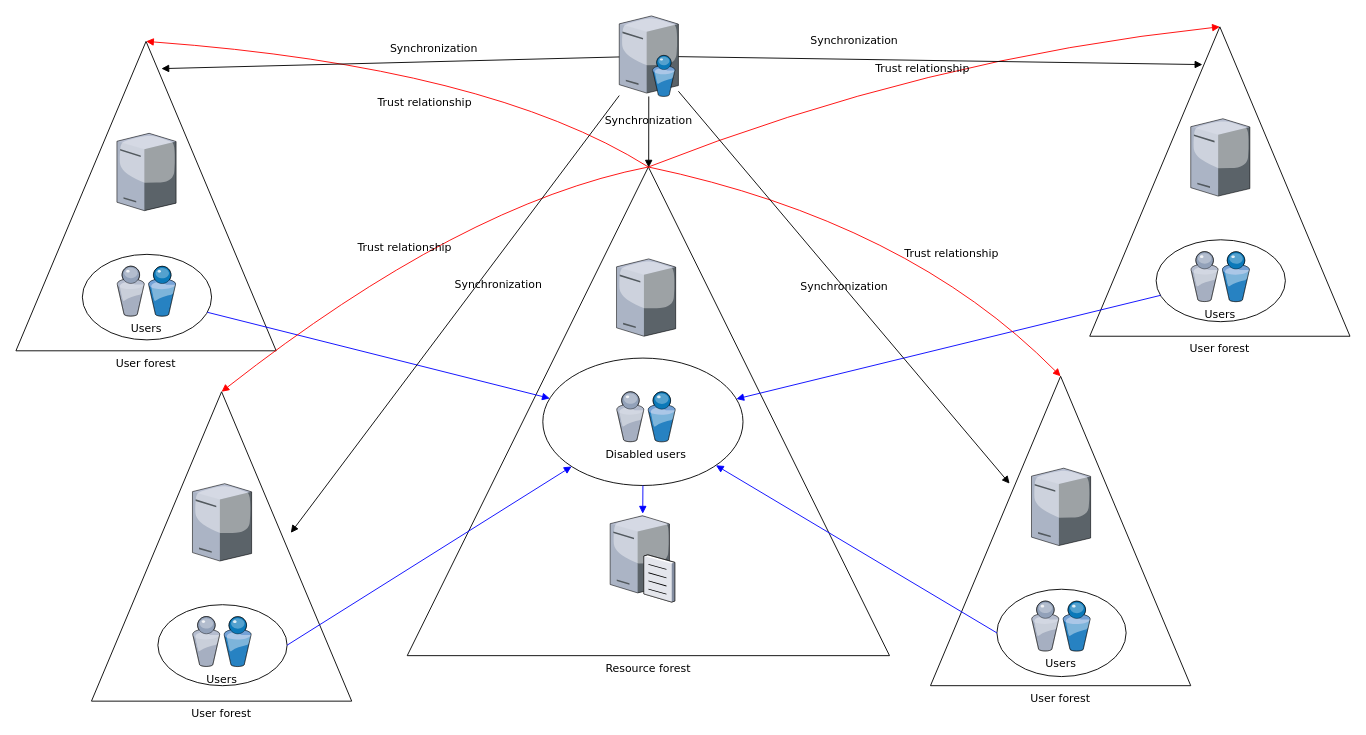
The draw.io diagram Диаграмма без названия.drawio in IgorLytkin/HomeLab, before the edit. Source tidied: cells renumbered, new cells numbered last; positions are measured from the earlier drawing's top-left corner, leaving out a move shared by most shapes. Both pictures are drawn from the tidied source at 91%, with x=0, y=0 at pixel (15, 15).
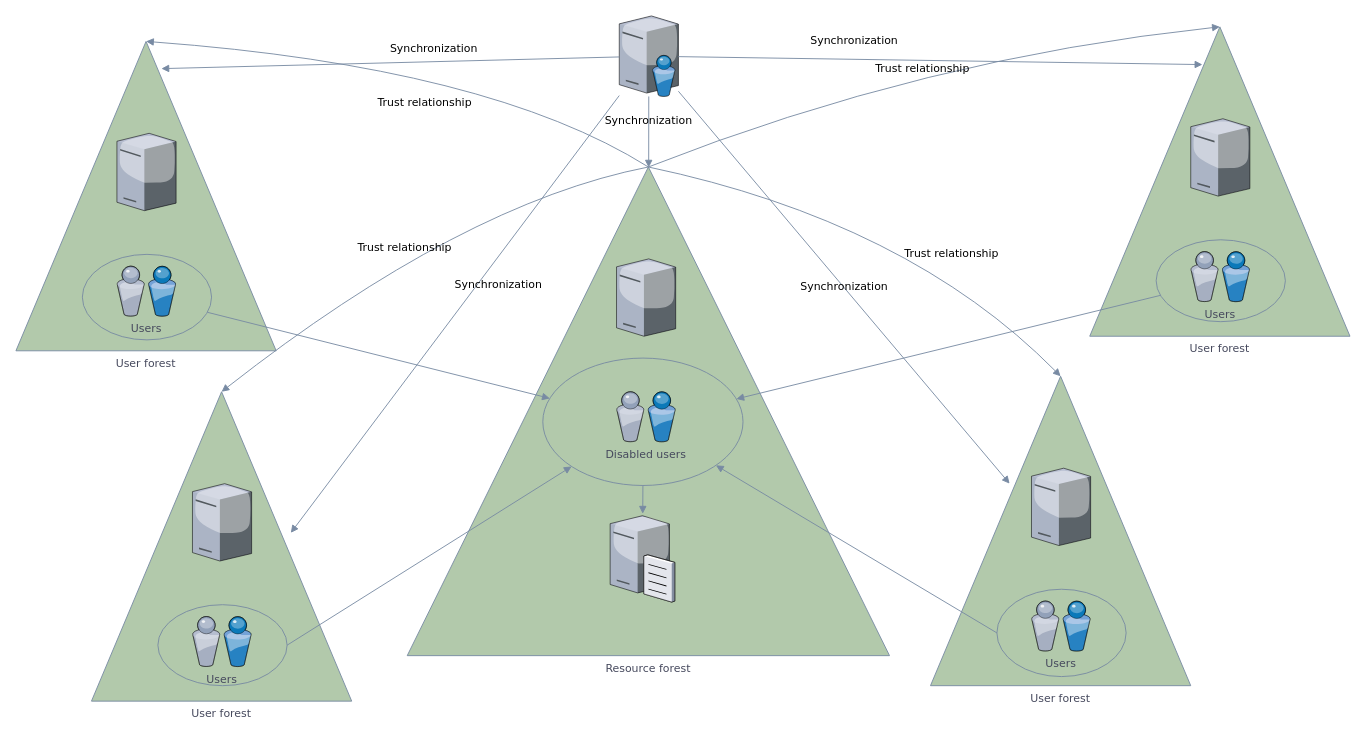
Above is the later version.

The edit, as a diff of the source:
```diff
@@
-    <mxCell id="2" value="Resource forest" style="triangle;whiteSpace=wrap;html=1;rounded=0;shadow=0;comic=0;strokeWidth=1;fontFamily=Verdana;direction=north;labelPosition=center;verticalLabelPosition=bottom;align=center;verticalAlign=top;" parent="1" vertex="1">
+    <mxCell id="2" value="Resource forest" style="triangle;whiteSpace=wrap;html=1;rounded=0;shadow=0;comic=0;strokeWidth=1;fontFamily=Verdana;direction=north;labelPosition=center;verticalLabelPosition=bottom;align=center;verticalAlign=top;labelBackgroundColor=none;fillColor=#B2C9AB;strokeColor=#788AA3;fontColor=#46495D;" parent="1" vertex="1">
       <mxGeometry x="430" y="166" width="530" height="537" as="geometry" />
     </mxCell>
-    <mxCell id="3" value="User forest" style="triangle;whiteSpace=wrap;html=1;rounded=0;shadow=0;comic=0;strokeWidth=1;fontFamily=Verdana;direction=north;labelPosition=center;verticalLabelPosition=bottom;align=center;verticalAlign=top;" parent="1" vertex="1">
+    <mxCell id="3" value="User forest" style="triangle;whiteSpace=wrap;html=1;rounded=0;shadow=0;comic=0;strokeWidth=1;fontFamily=Verdana;direction=north;labelPosition=center;verticalLabelPosition=bottom;align=center;verticalAlign=top;labelBackgroundColor=none;fillColor=#B2C9AB;strokeColor=#788AA3;fontColor=#46495D;" parent="1" vertex="1">
       <mxGeometry y="28" width="286" height="340" as="geometry" />
     </mxCell>
-    <mxCell id="4" style="ellipse;whiteSpace=wrap;html=1;rounded=0;shadow=0;comic=0;strokeWidth=1;fontFamily=Verdana;" parent="1" vertex="1">
+    <mxCell id="4" style="ellipse;whiteSpace=wrap;html=1;rounded=0;shadow=0;comic=0;strokeWidth=1;fontFamily=Verdana;labelBackgroundColor=none;fillColor=#B2C9AB;strokeColor=#788AA3;fontColor=#46495D;" parent="1" vertex="1">
       <mxGeometry x="73" y="262" width="142" height="94" as="geometry" />
     </mxCell>
-    <mxCell id="5" style="verticalLabelPosition=bottom;html=1;verticalAlign=top;strokeColor=none;shape=mxgraph.citrix.directory_server;rounded=0;shadow=0;comic=0;fontFamily=Verdana;" parent="1" vertex="1">
+    <mxCell id="5" style="verticalLabelPosition=bottom;html=1;verticalAlign=top;strokeColor=none;shape=mxgraph.citrix.directory_server;rounded=0;shadow=0;comic=0;fontFamily=Verdana;labelBackgroundColor=none;fillColor=#B2C9AB;fontColor=#46495D;" parent="1" vertex="1">
       <mxGeometry x="663" width="65" height="88.5" as="geometry" />
     </mxCell>
-    <mxCell id="6" style="verticalLabelPosition=bottom;html=1;verticalAlign=top;strokeColor=none;shape=mxgraph.citrix.file_server;rounded=0;shadow=0;comic=0;fontFamily=Verdana;" parent="1" vertex="1">
+    <mxCell id="6" style="verticalLabelPosition=bottom;html=1;verticalAlign=top;strokeColor=none;shape=mxgraph.citrix.file_server;rounded=0;shadow=0;comic=0;fontFamily=Verdana;labelBackgroundColor=none;fillColor=#B2C9AB;fontColor=#46495D;" parent="1" vertex="1">
       <mxGeometry x="653" y="547" width="71" height="97" as="geometry" />
     </mxCell>
-    <mxCell id="7" value="Users" style="verticalLabelPosition=bottom;html=1;verticalAlign=top;strokeColor=none;shape=mxgraph.citrix.users;rounded=0;shadow=0;comic=0;fontFamily=Verdana;" parent="1" vertex="1">
+    <mxCell id="7" value="Users" style="verticalLabelPosition=bottom;html=1;verticalAlign=top;strokeColor=none;shape=mxgraph.citrix.users;rounded=0;shadow=0;comic=0;fontFamily=Verdana;labelBackgroundColor=none;fillColor=#B2C9AB;fontColor=#46495D;" parent="1" vertex="1">
       <mxGeometry x="111" y="275" width="64.5" height="55" as="geometry" />
     </mxCell>
-    <mxCell id="8" style="verticalLabelPosition=bottom;html=1;verticalAlign=top;strokeColor=none;shape=mxgraph.citrix.tower_server;rounded=0;shadow=0;comic=0;fontFamily=Verdana;" parent="1" vertex="1">
+    <mxCell id="8" style="verticalLabelPosition=bottom;html=1;verticalAlign=top;strokeColor=none;shape=mxgraph.citrix.tower_server;rounded=0;shadow=0;comic=0;fontFamily=Verdana;labelBackgroundColor=none;fillColor=#B2C9AB;fontColor=#46495D;" parent="1" vertex="1">
       <mxGeometry x="111" y="129" width="65" height="85" as="geometry" />
     </mxCell>
-    <mxCell id="9" style="ellipse;whiteSpace=wrap;html=1;rounded=0;shadow=0;comic=0;strokeWidth=1;fontFamily=Verdana;" parent="1" vertex="1">
+    <mxCell id="9" style="ellipse;whiteSpace=wrap;html=1;rounded=0;shadow=0;comic=0;strokeWidth=1;fontFamily=Verdana;labelBackgroundColor=none;fillColor=#B2C9AB;strokeColor=#788AA3;fontColor=#46495D;" parent="1" vertex="1">
       <mxGeometry x="579" y="376" width="220" height="140" as="geometry" />
     </mxCell>
-    <mxCell id="10" value="Disabled users" style="verticalLabelPosition=bottom;html=1;verticalAlign=top;strokeColor=none;shape=mxgraph.citrix.users;rounded=0;shadow=0;comic=0;fontFamily=Verdana;" parent="1" vertex="1">
+    <mxCell id="10" value="Disabled users" style="verticalLabelPosition=bottom;html=1;verticalAlign=top;strokeColor=none;shape=mxgraph.citrix.users;rounded=0;shadow=0;comic=0;fontFamily=Verdana;labelBackgroundColor=none;fillColor=#B2C9AB;fontColor=#46495D;" parent="1" vertex="1">
       <mxGeometry x="660" y="413" width="64.5" height="55" as="geometry" />
     </mxCell>
-    <mxCell id="11" style="verticalLabelPosition=bottom;html=1;verticalAlign=top;strokeColor=none;shape=mxgraph.citrix.tower_server;rounded=0;shadow=0;comic=0;fontFamily=Verdana;" parent="1" vertex="1">
+    <mxCell id="11" style="verticalLabelPosition=bottom;html=1;verticalAlign=top;strokeColor=none;shape=mxgraph.citrix.tower_server;rounded=0;shadow=0;comic=0;fontFamily=Verdana;labelBackgroundColor=none;fillColor=#B2C9AB;fontColor=#46495D;" parent="1" vertex="1">
       <mxGeometry x="660" y="267" width="65" height="85" as="geometry" />
     </mxCell>
-    <mxCell id="12" value="User forest" style="triangle;whiteSpace=wrap;html=1;rounded=0;shadow=0;comic=0;strokeWidth=1;fontFamily=Verdana;direction=north;labelPosition=center;verticalLabelPosition=bottom;align=center;verticalAlign=top;" parent="1" vertex="1">
+    <mxCell id="12" value="User forest" style="triangle;whiteSpace=wrap;html=1;rounded=0;shadow=0;comic=0;strokeWidth=1;fontFamily=Verdana;direction=north;labelPosition=center;verticalLabelPosition=bottom;align=center;verticalAlign=top;labelBackgroundColor=none;fillColor=#B2C9AB;strokeColor=#788AA3;fontColor=#46495D;" parent="1" vertex="1">
       <mxGeometry x="1180" y="12" width="286" height="340" as="geometry" />
     </mxCell>
-    <mxCell id="13" style="ellipse;whiteSpace=wrap;html=1;rounded=0;shadow=0;comic=0;strokeWidth=1;fontFamily=Verdana;" parent="1" vertex="1">
+    <mxCell id="13" style="ellipse;whiteSpace=wrap;html=1;rounded=0;shadow=0;comic=0;strokeWidth=1;fontFamily=Verdana;labelBackgroundColor=none;fillColor=#B2C9AB;strokeColor=#788AA3;fontColor=#46495D;" parent="1" vertex="1">
       <mxGeometry x="1253" y="246" width="142" height="90" as="geometry" />
     </mxCell>
-    <mxCell id="14" value="Users" style="verticalLabelPosition=bottom;html=1;verticalAlign=top;strokeColor=none;shape=mxgraph.citrix.users;rounded=0;shadow=0;comic=0;fontFamily=Verdana;" parent="1" vertex="1">
+    <mxCell id="14" value="Users" style="verticalLabelPosition=bottom;html=1;verticalAlign=top;strokeColor=none;shape=mxgraph.citrix.users;rounded=0;shadow=0;comic=0;fontFamily=Verdana;labelBackgroundColor=none;fillColor=#B2C9AB;fontColor=#46495D;" parent="1" vertex="1">
       <mxGeometry x="1291" y="259" width="64.5" height="55" as="geometry" />
     </mxCell>
-    <mxCell id="15" style="verticalLabelPosition=bottom;html=1;verticalAlign=top;strokeColor=none;shape=mxgraph.citrix.tower_server;rounded=0;shadow=0;comic=0;fontFamily=Verdana;" parent="1" vertex="1">
+    <mxCell id="15" style="verticalLabelPosition=bottom;html=1;verticalAlign=top;strokeColor=none;shape=mxgraph.citrix.tower_server;rounded=0;shadow=0;comic=0;fontFamily=Verdana;labelBackgroundColor=none;fillColor=#B2C9AB;fontColor=#46495D;" parent="1" vertex="1">
       <mxGeometry x="1291" y="113" width="65" height="85" as="geometry" />
     </mxCell>
-    <mxCell id="16" style="rounded=0;html=1;labelBackgroundColor=none;startArrow=none;startFill=0;endArrow=block;endFill=1;strokeColor=#0000FF;strokeWidth=1;fontFamily=Verdana;fontSize=12;" parent="1" edge="1" source="13" target="9">
+    <mxCell id="16" style="rounded=0;html=1;labelBackgroundColor=none;startArrow=none;startFill=0;endArrow=block;endFill=1;strokeColor=#788AA3;strokeWidth=1;fontFamily=Verdana;fontSize=12;fontColor=default;" parent="1" edge="1" source="13" target="9">
       <mxGeometry relative="1" as="geometry" />
     </mxCell>
-    <mxCell id="17" style="rounded=0;html=1;labelBackgroundColor=none;startArrow=none;startFill=0;endArrow=block;endFill=1;strokeColor=#0000FF;strokeWidth=1;fontFamily=Verdana;fontSize=12;" parent="1" edge="1" source="4" target="9">
+    <mxCell id="17" style="rounded=0;html=1;labelBackgroundColor=none;startArrow=none;startFill=0;endArrow=block;endFill=1;strokeColor=#788AA3;strokeWidth=1;fontFamily=Verdana;fontSize=12;fontColor=default;" parent="1" edge="1" source="4" target="9">
       <mxGeometry relative="1" as="geometry" />
     </mxCell>
-    <mxCell id="18" style="edgeStyle=none;rounded=0;html=1;exitX=0.5;exitY=1;labelBackgroundColor=none;startArrow=none;startFill=0;endArrow=block;endFill=1;strokeColor=#0000FF;strokeWidth=1;fontFamily=Verdana;fontSize=12;fontColor=#000000;" parent="1" edge="1" source="9" target="6">
+    <mxCell id="18" style="edgeStyle=none;rounded=0;html=1;exitX=0.5;exitY=1;labelBackgroundColor=none;startArrow=none;startFill=0;endArrow=block;endFill=1;strokeColor=#788AA3;strokeWidth=1;fontFamily=Verdana;fontSize=12;fontColor=default;" parent="1" edge="1" source="9" target="6">
       <mxGeometry relative="1" as="geometry" />
     </mxCell>
-    <mxCell id="19" value="Trust relationship" style="html=1;labelBackgroundColor=none;startArrow=none;startFill=0;endArrow=block;endFill=1;strokeColor=#FF0000;strokeWidth=1;fontFamily=Verdana;fontSize=12;entryX=1;entryY=0.5;curved=1;" parent="1" edge="1" target="12">
+    <mxCell id="19" value="Trust relationship" style="html=1;labelBackgroundColor=none;startArrow=none;startFill=0;endArrow=block;endFill=1;strokeColor=#788AA3;strokeWidth=1;fontFamily=Verdana;fontSize=12;entryX=1;entryY=0.5;curved=1;fontColor=default;" parent="1" edge="1" target="12">
       <mxGeometry x="-0.02" y="-10" relative="1" as="geometry">
         <mxPoint x="695" y="166" as="sourcePoint" />
         <Array as="points">
           <mxPoint x="1000" y="46" />
         </Array>
       </mxGeometry>
     </mxCell>
-    <mxCell id="20" value="Trust relationship" style="html=1;entryX=1;entryY=0.5;labelBackgroundColor=none;startArrow=none;startFill=0;endArrow=block;endFill=1;strokeColor=#FF0000;strokeWidth=1;fontFamily=Verdana;fontSize=12;curved=1;" parent="1" edge="1" target="3">
+    <mxCell id="20" value="Trust relationship" style="html=1;entryX=1;entryY=0.5;labelBackgroundColor=none;startArrow=none;startFill=0;endArrow=block;endFill=1;strokeColor=#788AA3;strokeWidth=1;fontFamily=Verdana;fontSize=12;curved=1;fontColor=default;" parent="1" edge="1" target="3">
       <mxGeometry x="-0.06" y="45" relative="1" as="geometry">
         <mxPoint x="695" y="166" as="sourcePoint" />
         <Array as="points">
           <mxPoint x="520" y="56" />
         </Array>
       </mxGeometry>
     </mxCell>
-    <mxCell id="21" value="Synchronization" style="rounded=0;html=1;entryX=0.878;entryY=0.433;entryPerimeter=0;labelBackgroundColor=none;startArrow=none;startFill=0;endArrow=block;endFill=1;strokeWidth=1;fontFamily=Verdana;fontSize=12;" parent="1" edge="1" source="5" target="12">
+    <mxCell id="21" value="Synchronization" style="rounded=0;html=1;entryX=0.878;entryY=0.433;entryPerimeter=0;labelBackgroundColor=none;startArrow=none;startFill=0;endArrow=block;endFill=1;strokeWidth=1;fontFamily=Verdana;fontSize=12;strokeColor=#788AA3;fontColor=default;" parent="1" edge="1" source="5" target="12">
       <mxGeometry x="-0.33" y="21" relative="1" as="geometry" />
     </mxCell>
-    <mxCell id="22" value="Synchronization" style="edgeStyle=none;rounded=0;html=1;labelBackgroundColor=none;startArrow=none;startFill=0;endArrow=block;endFill=1;strokeWidth=1;fontFamily=Verdana;fontSize=12;" parent="1" edge="1" source="5" target="2">
+    <mxCell id="22" value="Synchronization" style="edgeStyle=none;rounded=0;html=1;labelBackgroundColor=none;startArrow=none;startFill=0;endArrow=block;endFill=1;strokeWidth=1;fontFamily=Verdana;fontSize=12;strokeColor=#788AA3;fontColor=default;" parent="1" edge="1" source="5" target="2">
       <mxGeometry x="-0.3" relative="1" as="geometry" />
     </mxCell>
-    <mxCell id="23" value="Synchronization" style="edgeStyle=none;rounded=0;html=1;entryX=0.912;entryY=0.559;entryPerimeter=0;labelBackgroundColor=none;startArrow=none;startFill=0;endArrow=block;endFill=1;strokeWidth=1;fontFamily=Verdana;fontSize=12;" parent="1" edge="1" source="5" target="3">
+    <mxCell id="23" value="Synchronization" style="edgeStyle=none;rounded=0;html=1;entryX=0.912;entryY=0.559;entryPerimeter=0;labelBackgroundColor=none;startArrow=none;startFill=0;endArrow=block;endFill=1;strokeWidth=1;fontFamily=Verdana;fontSize=12;strokeColor=#788AA3;fontColor=default;" parent="1" edge="1" source="5" target="3">
       <mxGeometry x="-0.19" y="-14" relative="1" as="geometry" />
     </mxCell>
-    <mxCell id="24" value="User forest" style="triangle;whiteSpace=wrap;html=1;rounded=0;shadow=0;comic=0;strokeWidth=1;fontFamily=Verdana;direction=north;labelPosition=center;verticalLabelPosition=bottom;align=center;verticalAlign=top;" parent="1" vertex="1">
+    <mxCell id="24" value="User forest" style="triangle;whiteSpace=wrap;html=1;rounded=0;shadow=0;comic=0;strokeWidth=1;fontFamily=Verdana;direction=north;labelPosition=center;verticalLabelPosition=bottom;align=center;verticalAlign=top;labelBackgroundColor=none;fillColor=#B2C9AB;strokeColor=#788AA3;fontColor=#46495D;" parent="1" vertex="1">
       <mxGeometry x="83" y="413" width="286" height="340" as="geometry" />
     </mxCell>
-    <mxCell id="25" style="ellipse;whiteSpace=wrap;html=1;rounded=0;shadow=0;comic=0;strokeWidth=1;fontFamily=Verdana;" parent="1" vertex="1">
+    <mxCell id="25" style="ellipse;whiteSpace=wrap;html=1;rounded=0;shadow=0;comic=0;strokeWidth=1;fontFamily=Verdana;labelBackgroundColor=none;fillColor=#B2C9AB;strokeColor=#788AA3;fontColor=#46495D;" parent="1" vertex="1">
       <mxGeometry x="156" y="647" width="142" height="89" as="geometry" />
     </mxCell>
-    <mxCell id="26" value="Users" style="verticalLabelPosition=bottom;html=1;verticalAlign=top;strokeColor=none;shape=mxgraph.citrix.users;rounded=0;shadow=0;comic=0;fontFamily=Verdana;" parent="1" vertex="1">
+    <mxCell id="26" value="Users" style="verticalLabelPosition=bottom;html=1;verticalAlign=top;strokeColor=none;shape=mxgraph.citrix.users;rounded=0;shadow=0;comic=0;fontFamily=Verdana;labelBackgroundColor=none;fillColor=#B2C9AB;fontColor=#46495D;" parent="1" vertex="1">
       <mxGeometry x="194" y="660" width="64.5" height="55" as="geometry" />
     </mxCell>
-    <mxCell id="27" style="verticalLabelPosition=bottom;html=1;verticalAlign=top;strokeColor=none;shape=mxgraph.citrix.tower_server;rounded=0;shadow=0;comic=0;fontFamily=Verdana;" parent="1" vertex="1">
+    <mxCell id="27" style="verticalLabelPosition=bottom;html=1;verticalAlign=top;strokeColor=none;shape=mxgraph.citrix.tower_server;rounded=0;shadow=0;comic=0;fontFamily=Verdana;labelBackgroundColor=none;fillColor=#B2C9AB;fontColor=#46495D;" parent="1" vertex="1">
       <mxGeometry x="194" y="514" width="65" height="85" as="geometry" />
     </mxCell>
-    <mxCell id="28" value="User forest" style="triangle;whiteSpace=wrap;html=1;rounded=0;shadow=0;comic=0;strokeWidth=1;fontFamily=Verdana;direction=north;labelPosition=center;verticalLabelPosition=bottom;align=center;verticalAlign=top;" parent="1" vertex="1">
+    <mxCell id="28" value="User forest" style="triangle;whiteSpace=wrap;html=1;rounded=0;shadow=0;comic=0;strokeWidth=1;fontFamily=Verdana;direction=north;labelPosition=center;verticalLabelPosition=bottom;align=center;verticalAlign=top;labelBackgroundColor=none;fillColor=#B2C9AB;strokeColor=#788AA3;fontColor=#46495D;" parent="1" vertex="1">
       <mxGeometry x="1005" y="396" width="286" height="340" as="geometry" />
     </mxCell>
-    <mxCell id="29" style="ellipse;whiteSpace=wrap;html=1;rounded=0;shadow=0;comic=0;strokeWidth=1;fontFamily=Verdana;" parent="1" vertex="1">
+    <mxCell id="29" style="ellipse;whiteSpace=wrap;html=1;rounded=0;shadow=0;comic=0;strokeWidth=1;fontFamily=Verdana;labelBackgroundColor=none;fillColor=#B2C9AB;strokeColor=#788AA3;fontColor=#46495D;" parent="1" vertex="1">
       <mxGeometry x="1078" y="630" width="142" height="96" as="geometry" />
     </mxCell>
-    <mxCell id="30" value="Users" style="verticalLabelPosition=bottom;html=1;verticalAlign=top;strokeColor=none;shape=mxgraph.citrix.users;rounded=0;shadow=0;comic=0;fontFamily=Verdana;" parent="1" vertex="1">
+    <mxCell id="30" value="Users" style="verticalLabelPosition=bottom;html=1;verticalAlign=top;strokeColor=none;shape=mxgraph.citrix.users;rounded=0;shadow=0;comic=0;fontFamily=Verdana;labelBackgroundColor=none;fillColor=#B2C9AB;fontColor=#46495D;" parent="1" vertex="1">
       <mxGeometry x="1116" y="643" width="64.5" height="55" as="geometry" />
     </mxCell>
-    <mxCell id="31" style="verticalLabelPosition=bottom;html=1;verticalAlign=top;strokeColor=none;shape=mxgraph.citrix.tower_server;rounded=0;shadow=0;comic=0;fontFamily=Verdana;" parent="1" vertex="1">
+    <mxCell id="31" style="verticalLabelPosition=bottom;html=1;verticalAlign=top;strokeColor=none;shape=mxgraph.citrix.tower_server;rounded=0;shadow=0;comic=0;fontFamily=Verdana;labelBackgroundColor=none;fillColor=#B2C9AB;fontColor=#46495D;" parent="1" vertex="1">
       <mxGeometry x="1116" y="497" width="65" height="85" as="geometry" />
     </mxCell>
-    <mxCell id="32" style="edgeStyle=none;rounded=0;html=1;exitX=1;exitY=0.5;labelBackgroundColor=none;startFill=0;endArrow=block;endFill=1;strokeColor=#0000FF;strokeWidth=1;fontFamily=Verdana;fontSize=12;" parent="1" edge="1" source="25" target="9">
+    <mxCell id="32" style="edgeStyle=none;rounded=0;html=1;exitX=1;exitY=0.5;labelBackgroundColor=none;startFill=0;endArrow=block;endFill=1;strokeColor=#788AA3;strokeWidth=1;fontFamily=Verdana;fontSize=12;fontColor=default;" parent="1" edge="1" source="25" target="9">
       <mxGeometry relative="1" as="geometry" />
     </mxCell>
-    <mxCell id="33" style="edgeStyle=none;rounded=0;html=1;exitX=0;exitY=0.5;labelBackgroundColor=none;startFill=0;endArrow=block;endFill=1;strokeColor=#0000FF;strokeWidth=1;fontFamily=Verdana;fontSize=12;" parent="1" edge="1" source="29" target="9">
+    <mxCell id="33" style="edgeStyle=none;rounded=0;html=1;exitX=0;exitY=0.5;labelBackgroundColor=none;startFill=0;endArrow=block;endFill=1;strokeColor=#788AA3;strokeWidth=1;fontFamily=Verdana;fontSize=12;fontColor=default;" parent="1" edge="1" source="29" target="9">
       <mxGeometry relative="1" as="geometry" />
     </mxCell>
-    <mxCell id="34" value="Trust relationship" style="html=1;exitX=1;exitY=0.5;labelBackgroundColor=none;startFill=0;endArrow=block;endFill=1;strokeColor=#FF0000;strokeWidth=1;fontFamily=Verdana;fontSize=12;entryX=1;entryY=0.5;curved=1;" parent="1" edge="1" source="2" target="24">
+    <mxCell id="34" value="Trust relationship" style="html=1;exitX=1;exitY=0.5;labelBackgroundColor=none;startFill=0;endArrow=block;endFill=1;strokeColor=#788AA3;strokeWidth=1;fontFamily=Verdana;fontSize=12;entryX=1;entryY=0.5;curved=1;fontColor=default;" parent="1" edge="1" source="2" target="24">
       <mxGeometry x="0.06" relative="1" as="geometry">
         <Array as="points">
           <mxPoint x="490" y="206" />
         </Array>
       </mxGeometry>
     </mxCell>
-    <mxCell id="35" value="Trust relationship" style="html=1;exitX=1;exitY=0.5;entryX=1;entryY=0.5;labelBackgroundColor=none;startFill=0;endArrow=block;endFill=1;strokeColor=#FF0000;strokeWidth=1;fontFamily=Verdana;fontSize=12;curved=1;" parent="1" edge="1" source="2" target="28">
+    <mxCell id="35" value="Trust relationship" style="html=1;exitX=1;exitY=0.5;entryX=1;entryY=0.5;labelBackgroundColor=none;startFill=0;endArrow=block;endFill=1;strokeColor=#788AA3;strokeWidth=1;fontFamily=Verdana;fontSize=12;curved=1;fontColor=default;" parent="1" edge="1" source="2" target="28">
       <mxGeometry x="0.32" y="10" relative="1" as="geometry">
         <Array as="points">
           <mxPoint x="980" y="226" />
         </Array>
       </mxGeometry>
     </mxCell>
-    <mxCell id="36" value="Synchronization" style="edgeStyle=none;rounded=0;html=1;entryX=0.653;entryY=0.304;entryPerimeter=0;labelBackgroundColor=none;startFill=0;endArrow=block;endFill=1;strokeWidth=1;fontFamily=Verdana;fontSize=12;" parent="1" edge="1" source="5" target="28">
+    <mxCell id="36" value="Synchronization" style="edgeStyle=none;rounded=0;html=1;entryX=0.653;entryY=0.304;entryPerimeter=0;labelBackgroundColor=none;startFill=0;endArrow=block;endFill=1;strokeWidth=1;fontFamily=Verdana;fontSize=12;strokeColor=#788AA3;fontColor=default;" parent="1" edge="1" source="5" target="28">
       <mxGeometry relative="1" as="geometry" />
     </mxCell>
-    <mxCell id="37" value="Synchronization" style="edgeStyle=none;rounded=0;html=1;entryX=0.544;entryY=0.766;entryPerimeter=0;labelBackgroundColor=none;startFill=0;endArrow=block;endFill=1;strokeWidth=1;fontFamily=Verdana;fontSize=12;" parent="1" edge="1" source="5" target="24">
+    <mxCell id="37" value="Synchronization" style="edgeStyle=none;rounded=0;html=1;entryX=0.544;entryY=0.766;entryPerimeter=0;labelBackgroundColor=none;startFill=0;endArrow=block;endFill=1;strokeWidth=1;fontFamily=Verdana;fontSize=12;strokeColor=#788AA3;fontColor=default;" parent="1" edge="1" source="5" target="24">
       <mxGeometry x="-0.18" y="19" relative="1" as="geometry" />
     </mxCell>
```
